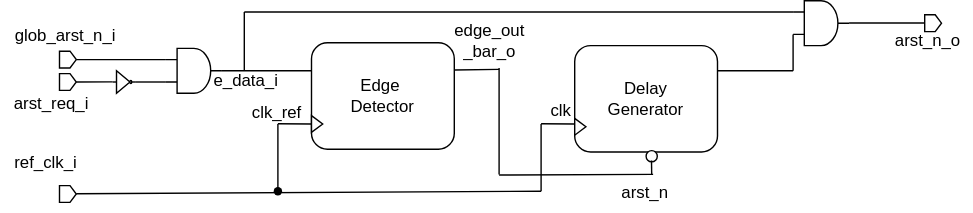
The draw.io diagram docs/arst_n_o.svg in foez-ahmed-dsi/CRG_20240212, before a commit. Source tidied: cells renumbered, new cells last; positions are measured from the earlier drawing's top-left corner, leaving out a move shared by most shapes.
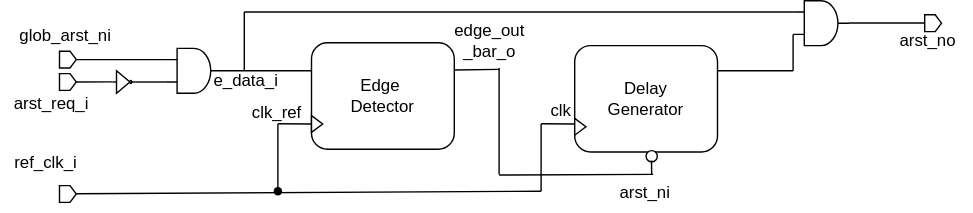
Later version of the same file.

Change to the diagram source:
```diff
@@ -41,7 +41,7 @@
     <mxCell id="11" style="shape=offPageConnector;whiteSpace=wrap;html=1;direction=north;" parent="1" vertex="1">
       <mxGeometry x="42" y="52" width="12" height="12" as="geometry" />
     </mxCell>
-    <mxCell id="12" value="glob_arst_n_i" style="text;html=1;align=center;verticalAlign=middle;strokeColor=none;fillColor=none;" parent="1" vertex="1">
+    <mxCell id="12" value="glob_arst_ni" style="text;html=1;align=center;verticalAlign=middle;strokeColor=none;fillColor=none;" parent="1" vertex="1">
       <mxGeometry y="11" width="92" height="28" as="geometry" />
     </mxCell>
     <mxCell id="13" value="arst_req_i" style="text;html=1;align=center;verticalAlign=middle;strokeColor=none;fillColor=none;" parent="1" vertex="1">
@@ -119,7 +119,7 @@
     <mxCell id="28" value="edge_out&lt;br&gt;_bar_o" style="text;html=1;align=center;verticalAlign=middle;strokeColor=none;fillColor=none;" parent="1" vertex="1">
       <mxGeometry x="314" y="8" width="70" height="42" as="geometry" />
     </mxCell>
-    <mxCell id="29" value="arst_n" style="text;html=1;align=center;verticalAlign=middle;strokeColor=none;fillColor=none;" parent="1" vertex="1">
+    <mxCell id="29" value="arst_ni" style="text;html=1;align=center;verticalAlign=middle;strokeColor=none;fillColor=none;" parent="1" vertex="1">
       <mxGeometry x="434" y="123" width="52" height="28" as="geometry" />
     </mxCell>
     <mxCell id="30" value="clk" style="text;html=1;align=center;verticalAlign=middle;strokeColor=none;fillColor=none;" parent="1" vertex="1">
@@ -160,7 +160,7 @@
     <mxCell id="38" style="shape=offPageConnector;whiteSpace=wrap;html=1;direction=north;" parent="1" vertex="1">
       <mxGeometry x="660" y="10" width="12" height="12" as="geometry" />
     </mxCell>
-    <mxCell id="39" value="arst_n_o" style="text;html=1;align=center;verticalAlign=middle;strokeColor=none;fillColor=none;" parent="1" vertex="1">
+    <mxCell id="39" value="arst_no" style="text;html=1;align=center;verticalAlign=middle;strokeColor=none;fillColor=none;" parent="1" vertex="1">
       <mxGeometry x="629" y="15" width="66" height="28" as="geometry" />
     </mxCell>
     <mxCell id="40" style="endArrow=none;html=1;rounded=0;" parent="1" edge="1">
```
